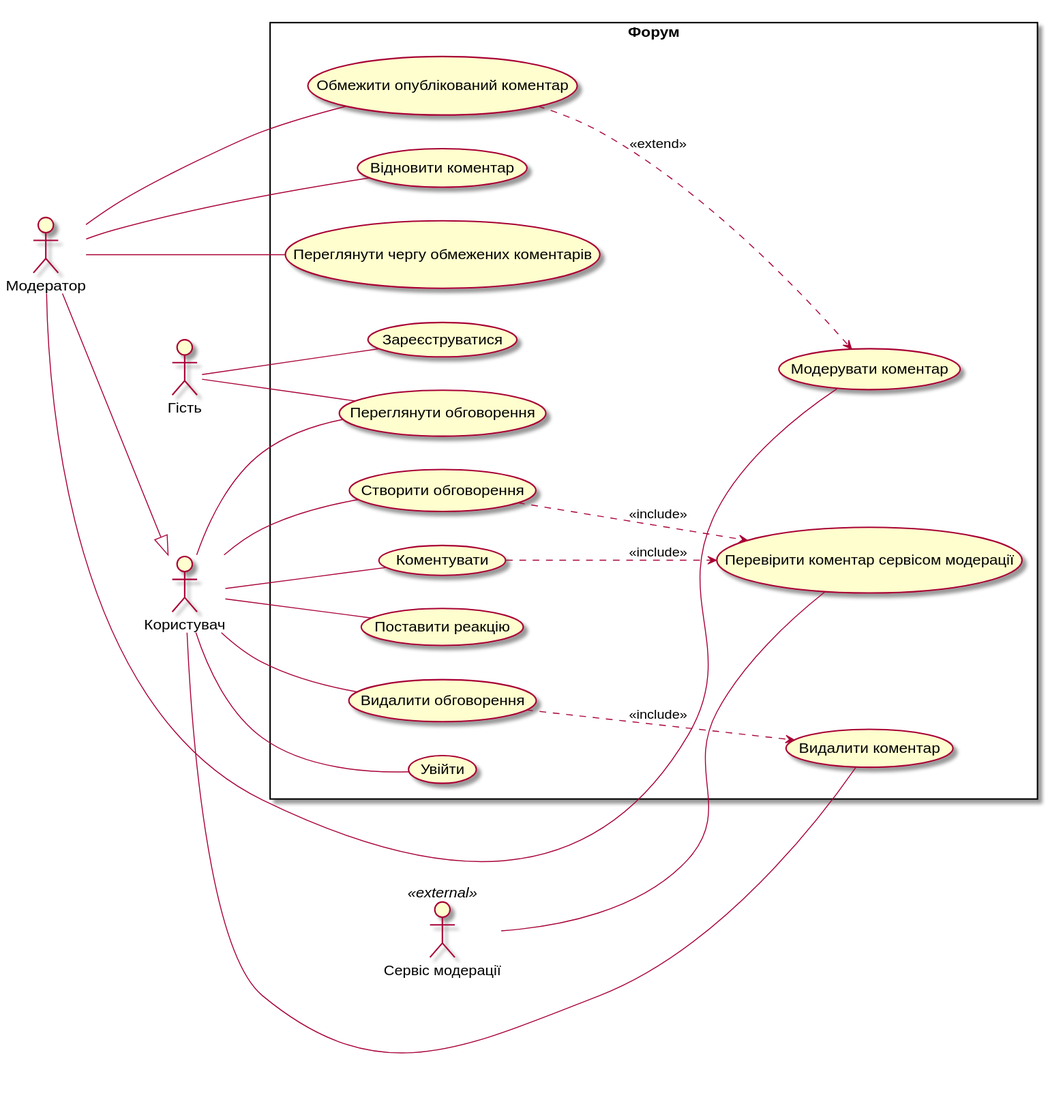
Earlier version of the PlantUML export lab2/usecases.svg (tevarindol/forum).
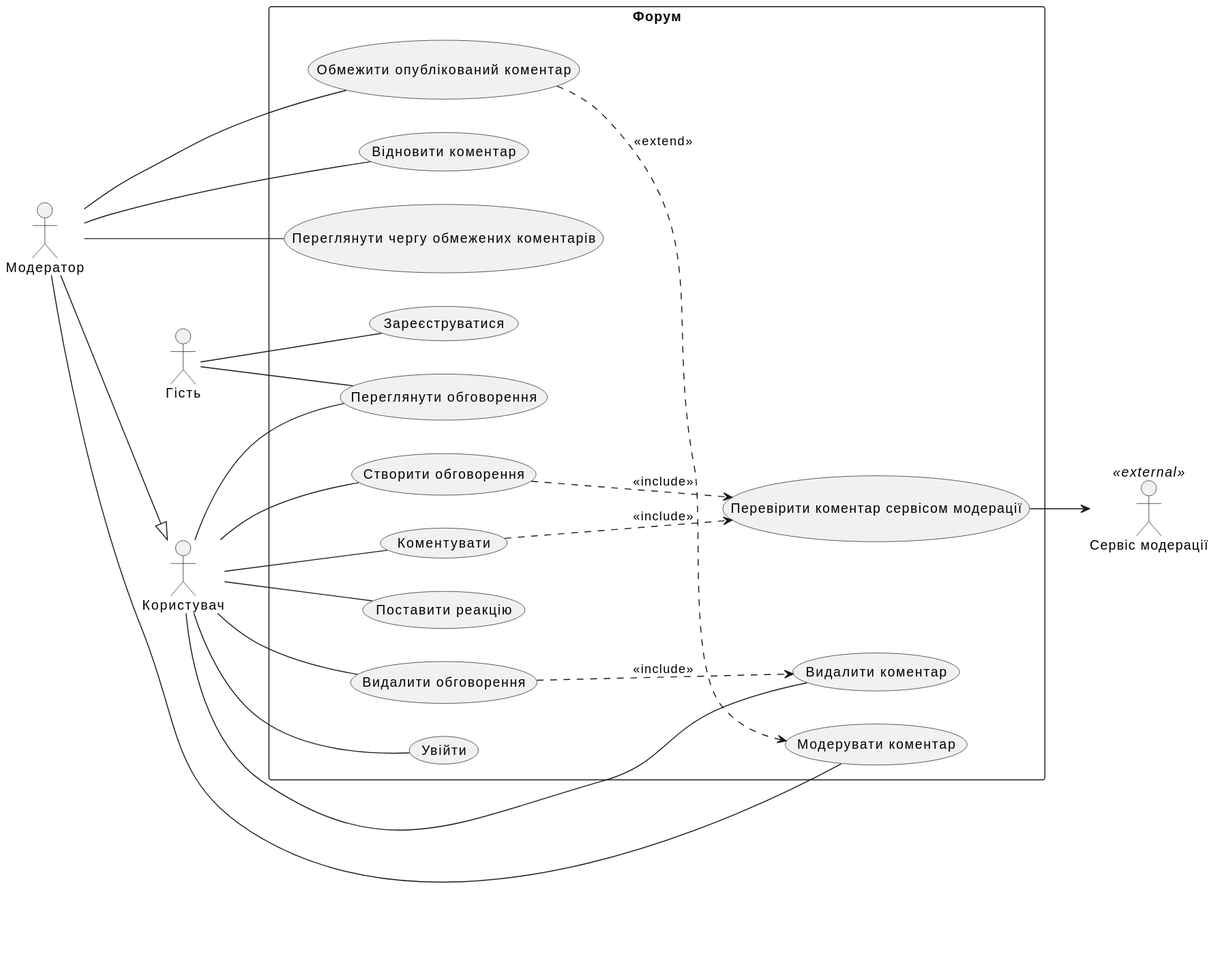
The same file after the commit.

Commit message:
docs(lab2): model moderation service as supporting actor called by the system

What changed in the source:
```diff
@@ -56,6 +56,5 @@
 Moderator -- UC_Restrict
 Moderator -- UC_Restore
 Moderator -- UC_Queue
-ModService -- UC_AutoCheck
-
+UC_AutoCheck --> ModService
 @enduml
```
